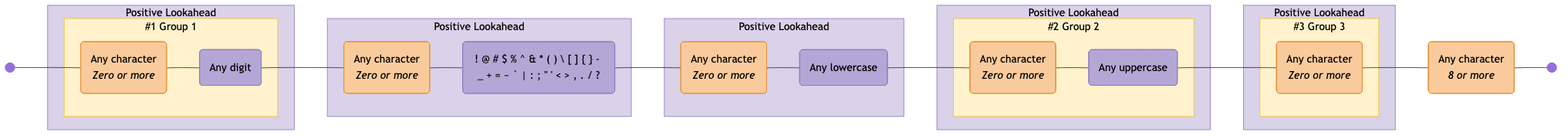
Earlier version of the Mermaid export diagrams/password-requirements.mermaid-diagram.png (tayles/regex-to-mermaid). Its source is kept beside it as diagrams/password-requirements.mermaid.
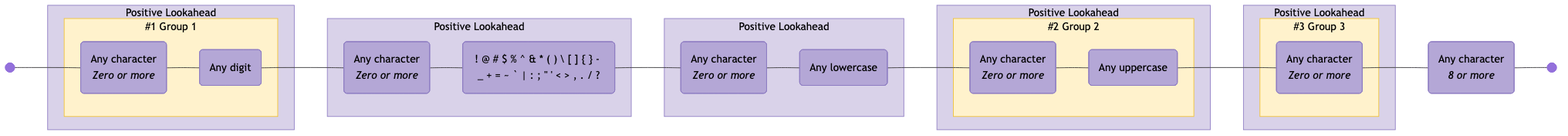
The same diagram one commit later.

The edit, as a diff of the source:
```diff
@@ -1,23 +1,23 @@
 graph LR
   accTitle: "Regex: (?=(.*[0-9]))(?=.*[\\!@#$%^&*()\\\\[\\]{}\\-_+=~`|:;\"'<>,./?])(?=.*[a-z])(?=(.*[A-Z]))(?=(.*)).{8,}"
-  accDescr: "Generated with regex-to-mermaid@1.0.4"
+  accDescr: "Generated with regex-to-mermaid@1.1.0"
 
   start@{ shape: f-circ };
   fin@{ shape: f-circ };
-  literal_1("Any character<br><i>Zero or more</i>"):::literal;
-  char_class_1("Any digit"):::char-class;
-  literal_2("Any character<br><i>Zero or more</i>"):::literal;
-  char_class_2("! @ # $ % ^ & * ( ) \ [ ] { } - _ + = ~ ` | : ; #quot; ' < > , . / ?"):::char-class;
-  literal_3("Any character<br><i>Zero or more</i>"):::literal;
-  char_class_3("Any lowercase"):::char-class;
-  literal_4("Any character<br><i>Zero or more</i>"):::literal;
-  char_class_4("Any uppercase"):::char-class;
-  literal_5("Any character<br><i>Zero or more</i>"):::literal;
-  literal_6("Any character<br><i>8 or more</i>"):::literal;
+  char_class_1("Any character<br><i>Zero or more</i>"):::char-class;
+  char_class_2("Any digit"):::char-class;
+  char_class_3("Any character<br><i>Zero or more</i>"):::char-class;
+  char_class_4("\! @ # $ % ^ & * ( ) \\ [ \] { } \- _ + = ~ ` | : ; #quot; ' < > , . / ?"):::char-class;
+  char_class_5("Any character<br><i>Zero or more</i>"):::char-class;
+  char_class_6("Any lowercase"):::char-class;
+  char_class_7("Any character<br><i>Zero or more</i>"):::char-class;
+  char_class_8("Any uppercase"):::char-class;
+  char_class_9("Any character<br><i>Zero or more</i>"):::char-class;
+  char_class_10("Any character<br><i>8 or more</i>"):::char-class;
 
   subgraph standard_1 ["#1 Group 1"]
-    literal_1
     char_class_1
+    char_class_2
   end
 
   subgraph positive_lookahead_1 ["Positive Lookahead"]
@@ -25,18 +25,18 @@
   end
 
   subgraph positive_lookahead_2 ["Positive Lookahead"]
-    literal_2
-    char_class_2
+    char_class_3
+    char_class_4
   end
 
   subgraph positive_lookahead_3 ["Positive Lookahead"]
-    literal_3
-    char_class_3
+    char_class_5
+    char_class_6
   end
 
   subgraph standard_2 ["#2 Group 2"]
-    literal_4
-    char_class_4
+    char_class_7
+    char_class_8
   end
 
   subgraph positive_lookahead_4 ["Positive Lookahead"]
@@ -44,26 +44,25 @@
   end
 
   subgraph standard_3 ["#3 Group 3"]
-    literal_5
+    char_class_9
   end
 
   subgraph positive_lookahead_5 ["Positive Lookahead"]
     standard_3
   end
 
-  start --- literal_1;
-  literal_1 --- char_class_1;
-  char_class_1 --- literal_2;
-  literal_2 --- char_class_2;
-  char_class_2 --- literal_3;
-  literal_3 --- char_class_3;
-  char_class_3 --- literal_4;
-  literal_4 --- char_class_4;
-  char_class_4 --- literal_5;
-  literal_5 --- literal_6;
-  literal_6 --- fin;
+  start --- char_class_1;
+  char_class_1 --- char_class_2;
+  char_class_2 --- char_class_3;
+  char_class_3 --- char_class_4;
+  char_class_4 --- char_class_5;
+  char_class_5 --- char_class_6;
+  char_class_6 --- char_class_7;
+  char_class_7 --- char_class_8;
+  char_class_8 --- char_class_9;
+  char_class_9 --- char_class_10;
+  char_class_10 --- fin;
 
-  classDef literal fill:#F9CB9C,stroke:#E69138,color:#000000;
   classDef char-class fill:#B4A7D6,stroke:#8E7CC3,color:#000000;
 
   classDef standard fill:#FFF2CC,stroke:#F1C232,color:#000000;
```
